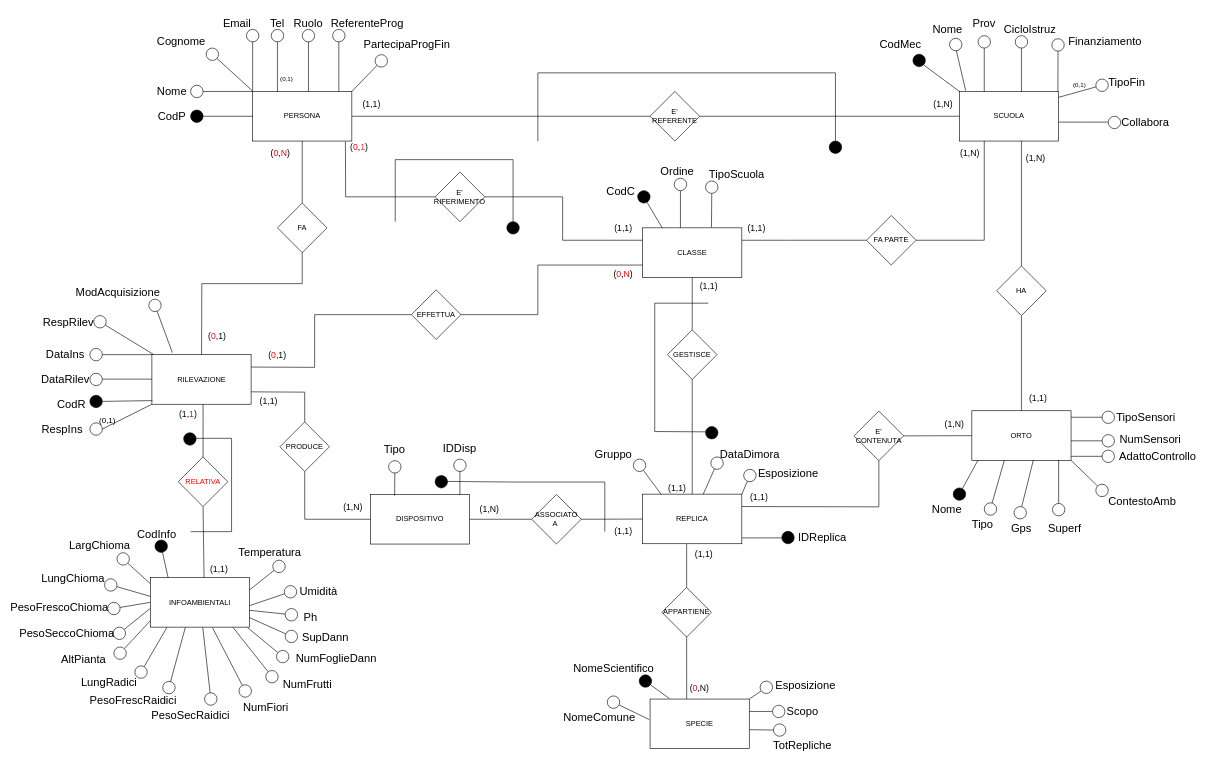
The draw.io diagram BD_ER_Restructured.drawio in pizzo-kyle/unige, before the edit. Source tidied: cells renumbered, new cells numbered last; positions are measured from the earlier drawing's top-left corner, leaving out a move shared by most shapes. Both pictures are drawn from the tidied source at 62%, with x=0, y=0 at pixel (34, 11).
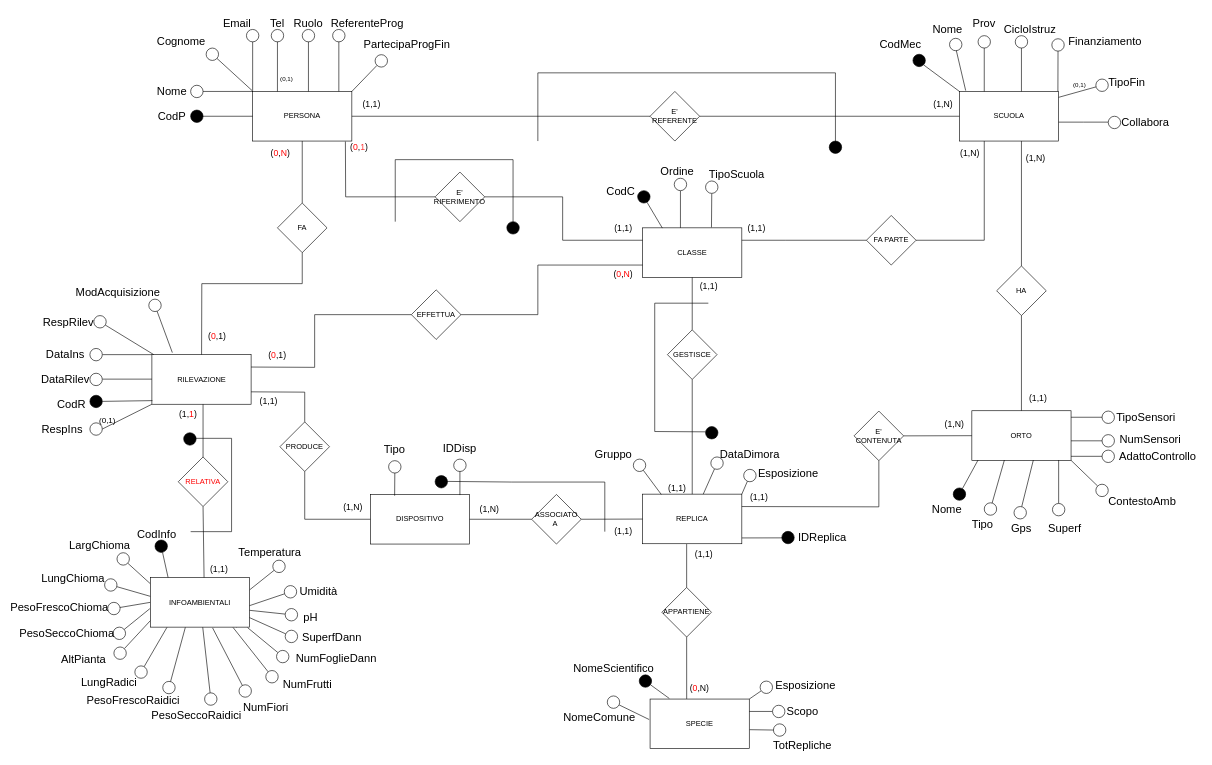
After the change.

Diff of the diagram source:
```diff
@@
-    <mxCell id="94" value="&lt;span style=&quot;font-size: 18px;&quot;&gt;Ph&lt;/span&gt;" style="text;html=1;strokeColor=none;fillColor=none;align=center;verticalAlign=middle;whiteSpace=wrap;rounded=0;" parent="1" vertex="1">
+    <mxCell id="94" value="&lt;span style=&quot;font-size: 18px;&quot;&gt;pH&lt;/span&gt;" style="text;html=1;strokeColor=none;fillColor=none;align=center;verticalAlign=middle;whiteSpace=wrap;rounded=0;" parent="1" vertex="1">
       <mxGeometry x="423" y="966.5" width="45" height="25" as="geometry" />
     </mxCell>
@@
-    <mxCell id="140" value="&lt;span style=&quot;font-size: 18px;&quot;&gt;PesoFrescRaidici&lt;/span&gt;" style="text;html=1;strokeColor=none;fillColor=none;align=center;verticalAlign=middle;whiteSpace=wrap;rounded=0;" parent="1" vertex="1">
+    <mxCell id="140" value="&lt;span style=&quot;font-size: 18px;&quot;&gt;PesoFrescoRaidici&lt;/span&gt;" style="text;html=1;strokeColor=none;fillColor=none;align=center;verticalAlign=middle;whiteSpace=wrap;rounded=0;" parent="1" vertex="1">
       <mxGeometry x="137" y="1100" width="45" height="25" as="geometry" />
     </mxCell>
-    <mxCell id="141" value="&lt;span style=&quot;font-family: Helvetica; font-size: 18px; font-style: normal; font-variant-ligatures: normal; font-variant-caps: normal; font-weight: 400; letter-spacing: normal; orphans: 2; text-align: center; text-indent: 0px; text-transform: none; widows: 2; word-spacing: 0px; -webkit-text-stroke-width: 0px; text-decoration-thickness: initial; text-decoration-style: initial; text-decoration-color: initial; float: none; display: inline !important;&quot;&gt;PesoSecRaidici&lt;/span&gt;" style="text;whiteSpace=wrap;html=1;" parent="1" vertex="1">
+    <mxCell id="141" value="&lt;span style=&quot;font-family: Helvetica; font-size: 18px; font-style: normal; font-variant-ligatures: normal; font-variant-caps: normal; font-weight: 400; letter-spacing: normal; orphans: 2; text-align: center; text-indent: 0px; text-transform: none; widows: 2; word-spacing: 0px; -webkit-text-stroke-width: 0px; text-decoration-thickness: initial; text-decoration-style: initial; text-decoration-color: initial; float: none; display: inline !important;&quot;&gt;PesoSeccoRaidici&lt;/span&gt;" style="text;whiteSpace=wrap;html=1;" parent="1" vertex="1">
       <mxGeometry x="187" y="1120" width="132.5" height="30" as="geometry" />
     </mxCell>
@@
-    <mxCell id="145" value="&lt;span style=&quot;font-family: Helvetica; font-size: 18px; font-style: normal; font-variant-ligatures: normal; font-variant-caps: normal; font-weight: 400; letter-spacing: normal; orphans: 2; text-align: center; text-indent: 0px; text-transform: none; widows: 2; word-spacing: 0px; -webkit-text-stroke-width: 0px; text-decoration-thickness: initial; text-decoration-style: initial; text-decoration-color: initial; float: none; display: inline !important;&quot;&gt;SupDann&lt;/span&gt;" style="text;whiteSpace=wrap;html=1;" parent="1" vertex="1">
+    <mxCell id="145" value="&lt;span style=&quot;font-family: Helvetica; font-size: 18px; font-style: normal; font-variant-ligatures: normal; font-variant-caps: normal; font-weight: 400; letter-spacing: normal; orphans: 2; text-align: center; text-indent: 0px; text-transform: none; widows: 2; word-spacing: 0px; -webkit-text-stroke-width: 0px; text-decoration-thickness: initial; text-decoration-style: initial; text-decoration-color: initial; float: none; display: inline !important;&quot;&gt;SuperfDann&lt;/span&gt;" style="text;whiteSpace=wrap;html=1;" parent="1" vertex="1">
       <mxGeometry x="430" y="994" width="90" height="30" as="geometry" />
     </mxCell>
```
